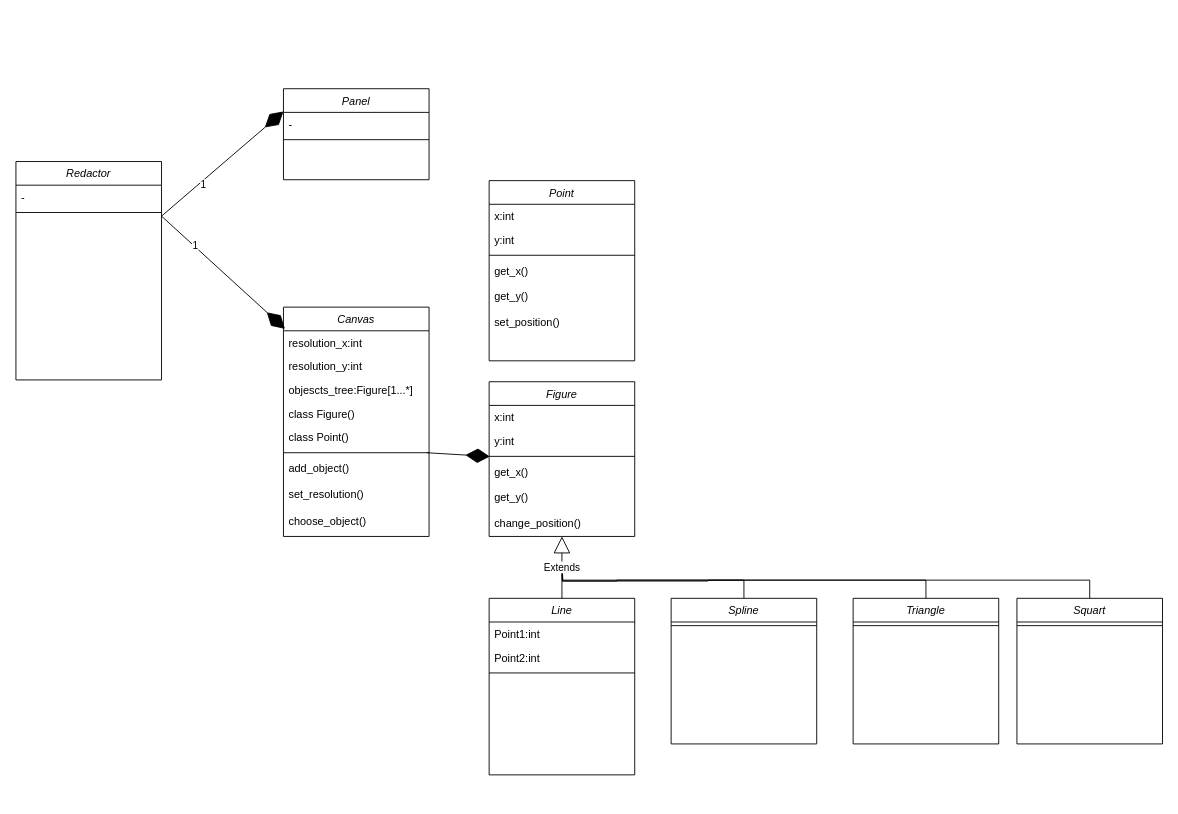
Before: Диаграмма классов.drawio in MstislavRomanovski/ProgramIngeneering, a draw.io diagram. Source tidied: cells renumbered, new cells numbered last; positions are measured from the earlier drawing's top-left corner, leaving out a move shared by most shapes. Both pictures are drawn from the tidied source at 91%, with x=0, y=0 at pixel (15, 88).
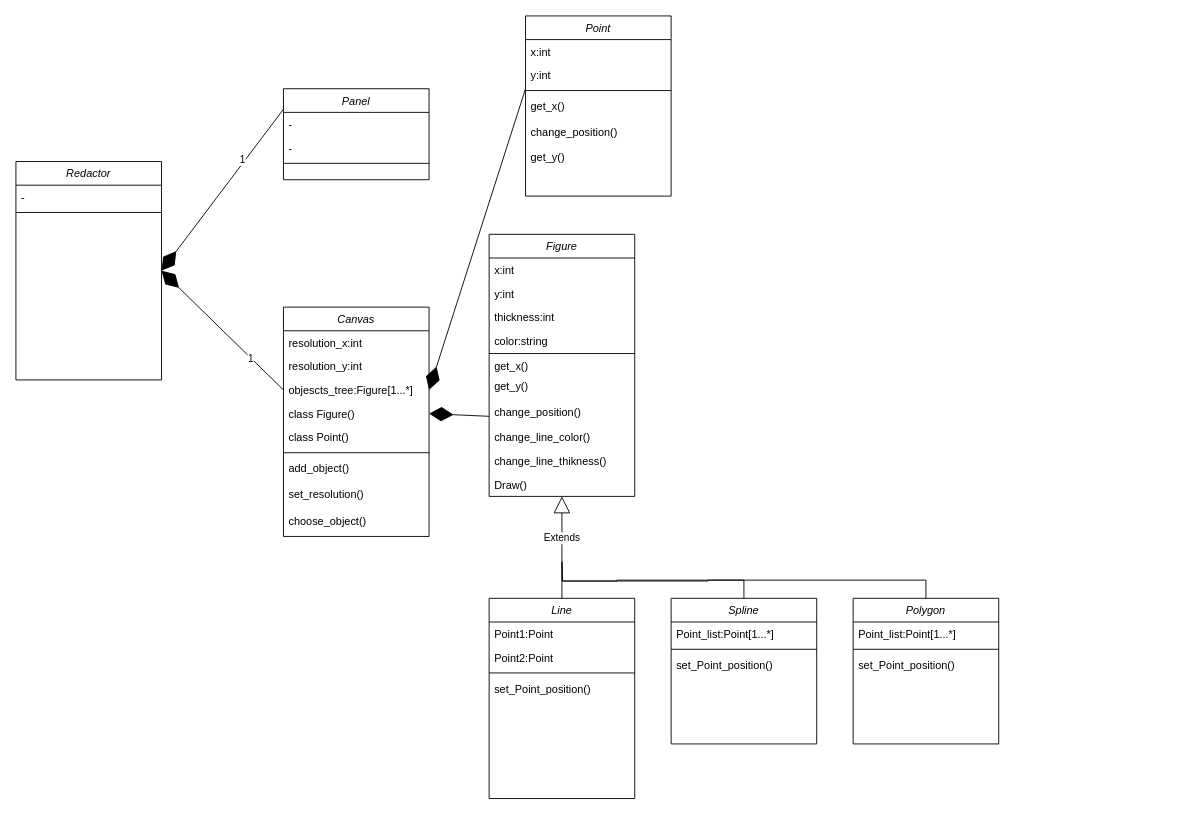
After the change.

Unchanged cells that the change refers to:
```xml
<mxCell id="3" value="resolution_x:int" style="text;align=left;verticalAlign=top;spacingLeft=4;spacingRight=4;overflow=hidden;points=[[0,0.5],[1,0.5]];portConstraint=eastwest;" parent="2" vertex="1">
  <mxGeometry y="26" width="160" height="26" as="geometry" />
</mxCell>
<mxCell id="5" value="objescts_tree:Figure[1...*]" style="text;align=left;verticalAlign=top;spacingLeft=4;spacingRight=4;overflow=hidden;points=[[0,0.5],[1,0.5]];portConstraint=eastwest;rounded=0;shadow=0;html=0;" parent="2" vertex="1">
  <mxGeometry y="78" width="160" height="26" as="geometry" />
</mxCell>
<mxCell id="6" value="class Figure()" style="text;align=left;verticalAlign=top;spacingLeft=4;spacingRight=4;overflow=hidden;points=[[0,0.5],[1,0.5]];portConstraint=eastwest;rounded=0;shadow=0;html=0;" parent="2" vertex="1">
  <mxGeometry y="104" width="160" height="26" as="geometry" />
</mxCell>
<mxCell id="8" style="line;html=1;strokeWidth=1;align=left;verticalAlign=middle;spacingTop=-1;spacingLeft=3;spacingRight=3;labelPosition=right;points=[];portConstraint=eastwest;" parent="2" vertex="1">
  <mxGeometry y="156" width="160" height="8" as="geometry" />
</mxCell>
<mxCell id="19" value="Panel" style="swimlane;fontStyle=2;align=center;verticalAlign=top;horizontal=1;startSize=26;rounded=0;shadow=0;strokeWidth=1;" parent="1" vertex="1">
  <mxGeometry x="294" width="160" height="100" as="geometry" />
</mxCell>
<mxCell id="22" value="Redactor" style="swimlane;fontStyle=2;align=center;verticalAlign=top;horizontal=1;startSize=26;rounded=0;shadow=0;strokeWidth=1;" parent="1" vertex="1">
  <mxGeometry y="80" width="160" height="240" as="geometry" />
</mxCell>
<mxCell id="32" value="y:int" style="text;align=left;verticalAlign=top;spacingLeft=4;spacingRight=4;overflow=hidden;points=[[0,0.5],[1,0.5]];portConstraint=eastwest;rounded=0;shadow=0;html=0;" parent="30" vertex="1">
  <mxGeometry y="52" width="160" height="26" as="geometry" />
</mxCell>
<mxCell id="42" value="Spline" style="swimlane;fontStyle=2;align=center;verticalAlign=top;horizontal=1;startSize=26;rounded=0;shadow=0;strokeWidth=1;" parent="1" vertex="1">
  <mxGeometry x="720" y="560" width="160" height="160" as="geometry" />
</mxCell>
```

Diff of the diagram source:
```diff
@@
     <mxCell id="12" value="Figure" style="swimlane;fontStyle=2;align=center;verticalAlign=top;horizontal=1;startSize=26;rounded=0;shadow=0;strokeWidth=1;" parent="1" vertex="1">
-      <mxGeometry x="520" y="322" width="160" height="170" as="geometry" />
+      <mxGeometry x="520" y="160" width="160" height="288" as="geometry" />
     </mxCell>
@@
+    <mxCell id="51" value="thickness:int" style="text;align=left;verticalAlign=top;spacingLeft=4;spacingRight=4;overflow=hidden;rounded=0;shadow=0;html=0;" parent="12" vertex="1">
+      <mxGeometry y="78" width="160" height="26" as="geometry" />
+    </mxCell>
+    <mxCell id="52" value="color:string" style="text;align=left;verticalAlign=top;spacingLeft=4;spacingRight=4;overflow=hidden;rounded=0;shadow=0;html=0;" parent="12" vertex="1">
+      <mxGeometry y="104" width="160" height="26" as="geometry" />
+    </mxCell>
     <mxCell id="15" style="line;html=1;strokeWidth=1;align=left;verticalAlign=middle;spacingTop=-1;spacingLeft=3;spacingRight=3;labelPosition=right;" parent="12" vertex="1">
-      <mxGeometry y="78" width="160" height="8" as="geometry" />
+      <mxGeometry y="130" width="160" height="2" as="geometry" />
     </mxCell>
     <mxCell id="16" value="get_x()&#10;" style="text;align=left;verticalAlign=top;spacingLeft=4;spacingRight=4;overflow=hidden;points=[[0,0.5],[1,0.5]];portConstraint=eastwest;" parent="12" vertex="1">
-      <mxGeometry y="86" width="160" height="28" as="geometry" />
+      <mxGeometry y="132" width="160" height="22" as="geometry" />
     </mxCell>
     <mxCell id="17" value="get_y()&#10;" style="text;align=left;verticalAlign=top;spacingLeft=4;spacingRight=4;overflow=hidden;" parent="12" vertex="1">
-      <mxGeometry y="114" width="160" height="28" as="geometry" />
+      <mxGeometry y="154" width="160" height="28" as="geometry" />
     </mxCell>
     <mxCell id="18" value="change_position()&#10;" style="text;align=left;verticalAlign=top;spacingLeft=4;spacingRight=4;overflow=hidden;" parent="12" vertex="1">
-      <mxGeometry y="142" width="160" height="28" as="geometry" />
+      <mxGeometry y="182" width="160" height="28" as="geometry" />
     </mxCell>
+    <mxCell id="53" value="change_line_color()" style="text;align=left;verticalAlign=top;spacingLeft=4;spacingRight=4;overflow=hidden;rounded=0;shadow=0;html=0;" parent="12" vertex="1">
+      <mxGeometry y="210" width="160" height="26" as="geometry" />
+    </mxCell>
+    <mxCell id="54" value="change_line_thikness()" style="text;align=left;verticalAlign=top;spacingLeft=4;spacingRight=4;overflow=hidden;rounded=0;shadow=0;html=0;" parent="12" vertex="1">
+      <mxGeometry y="236" width="160" height="26" as="geometry" />
+    </mxCell>
+    <mxCell id="55" value="Draw()" style="text;align=left;verticalAlign=top;spacingLeft=4;spacingRight=4;overflow=hidden;rounded=0;shadow=0;html=0;" parent="12" vertex="1">
+      <mxGeometry y="262" width="160" height="26" as="geometry" />
+    </mxCell>
@@
+    <mxCell id="56" value="-" style="text;align=left;verticalAlign=top;spacingLeft=4;spacingRight=4;overflow=hidden;points=[[0,0.5],[1,0.5]];portConstraint=eastwest;" parent="19" vertex="1">
+      <mxGeometry y="26" width="160" height="26" as="geometry" />
+    </mxCell>
     <mxCell id="20" value="-" style="text;align=left;verticalAlign=top;spacingLeft=4;spacingRight=4;overflow=hidden;" parent="19" vertex="1">
-      <mxGeometry y="26" width="160" height="26" as="geometry" />
+      <mxGeometry y="52" width="160" height="26" as="geometry" />
     </mxCell>
     <mxCell id="21" style="line;html=1;strokeWidth=1;align=left;verticalAlign=middle;spacingTop=-1;spacingLeft=3;spacingRight=3;labelPosition=right;" parent="19" vertex="1">
-      <mxGeometry y="52" width="160" height="8" as="geometry" />
+      <mxGeometry y="78" width="160" height="8" as="geometry" />
     </mxCell>
@@
-    <mxCell id="25" style="endArrow=diamondThin;endFill=1;endSize=24;html=1;rounded=0;exitX=1;exitY=0.25;exitDx=0;exitDy=0;entryX=0;entryY=0.25;entryDx=0;entryDy=0;" parent="1" edge="1" source="22" target="19">
-      <mxGeometry relative="1" as="geometry" />
-    </mxCell>
-    <mxCell id="26" value="1" style="edgeLabel;html=1;align=center;verticalAlign=middle;" parent="25" vertex="1">
-      <mxGeometry x="-0.35" y="-3" relative="1" as="geometry" />
-    </mxCell>
-    <mxCell id="27" style="endArrow=diamondThin;endFill=1;endSize=24;html=1;rounded=0;exitX=1;exitY=0.25;exitDx=0;exitDy=0;entryX=0.01;entryY=-0.083;entryDx=0;entryDy=0;entryPerimeter=0;" parent="1" edge="1" source="22" target="3">
+    <mxCell id="27" style="endArrow=diamondThin;endFill=1;endSize=24;html=1;rounded=0;exitX=0;exitY=0.5;exitDx=0;exitDy=0;entryX=1;entryY=0.5;entryDx=0;entryDy=0;" parent="1" edge="1" source="5" target="22">
       <mxGeometry relative="1" as="geometry" />
     </mxCell>
@@
-    <mxCell id="29" style="endArrow=diamondThin;endFill=1;endSize=24;html=1;rounded=0;exitX=0.984;exitY=0.5;exitDx=0;exitDy=0;entryX=0.005;entryY=-0.137;entryDx=0;entryDy=0;entryPerimeter=0;exitPerimeter=0;" parent="1" edge="1" source="8" target="16">
-      <mxGeometry relative="1" as="geometry" />
+    <mxCell id="29" style="endArrow=diamondThin;endFill=1;endSize=24;html=1;rounded=0;entryX=1;entryY=0.5;entryDx=0;entryDy=0;" parent="1" edge="1" target="6">
+      <mxGeometry relative="1" as="geometry">
+        <mxPoint x="520" y="360" as="sourcePoint" />
+      </mxGeometry>
     </mxCell>
     <mxCell id="30" value="Point" style="swimlane;fontStyle=2;align=center;verticalAlign=top;horizontal=1;startSize=26;rounded=0;shadow=0;strokeWidth=1;" parent="1" vertex="1">
-      <mxGeometry x="520" y="101" width="160" height="198" as="geometry" />
+      <mxGeometry x="560" y="-80" width="160" height="198" as="geometry" />
     </mxCell>
@@
+    <mxCell id="57" value="change_position()&#10;" style="text;align=left;verticalAlign=top;spacingLeft=4;spacingRight=4;overflow=hidden;" parent="30" vertex="1">
+      <mxGeometry y="114" width="160" height="28" as="geometry" />
+    </mxCell>
     <mxCell id="35" value="get_y()&#10;" style="text;align=left;verticalAlign=top;spacingLeft=4;spacingRight=4;overflow=hidden;" parent="30" vertex="1">
-      <mxGeometry y="114" width="160" height="28" as="geometry" />
+      <mxGeometry y="142" width="160" height="28" as="geometry" />
     </mxCell>
-    <mxCell id="36" value="set_position()&#10;" style="text;align=left;verticalAlign=top;spacingLeft=4;spacingRight=4;overflow=hidden;" parent="30" vertex="1">
-      <mxGeometry y="142" width="160" height="28" as="geometry" />
-    </mxCell>
     <mxCell id="37" value="Line" style="swimlane;fontStyle=2;align=center;verticalAlign=top;horizontal=1;startSize=26;rounded=0;shadow=0;strokeWidth=1;" parent="1" vertex="1">
-      <mxGeometry x="520" y="560" width="160" height="194" as="geometry" />
+      <mxGeometry x="520" y="560" width="160" height="220" as="geometry" />
     </mxCell>
-    <mxCell id="38" value="Point1:int&#10;" style="text;align=left;verticalAlign=top;spacingLeft=4;spacingRight=4;overflow=hidden;rounded=0;shadow=0;html=0;" parent="37" vertex="1">
+    <mxCell id="38" value="Point1:Point&#10;" style="text;align=left;verticalAlign=top;spacingLeft=4;spacingRight=4;overflow=hidden;rounded=0;shadow=0;html=0;" parent="37" vertex="1">
       <mxGeometry y="26" width="160" height="26" as="geometry" />
     </mxCell>
-    <mxCell id="39" value="Point2:int&#10;" style="text;align=left;verticalAlign=top;spacingLeft=4;spacingRight=4;overflow=hidden;rounded=0;shadow=0;html=0;" parent="37" vertex="1">
+    <mxCell id="39" value="Point2:Point&#10;" style="text;align=left;verticalAlign=top;spacingLeft=4;spacingRight=4;overflow=hidden;rounded=0;shadow=0;html=0;" parent="37" vertex="1">
       <mxGeometry y="52" width="160" height="26" as="geometry" />
     </mxCell>
@@
+    <mxCell id="58" value="set_Point_position()" style="text;align=left;verticalAlign=top;spacingLeft=4;spacingRight=4;overflow=hidden;rounded=0;shadow=0;html=0;" parent="37" vertex="1">
+      <mxGeometry y="86" width="160" height="26" as="geometry" />
+    </mxCell>
@@
+    <mxCell id="59" value="Point_list:Point[1...*]" style="text;align=left;verticalAlign=top;spacingLeft=4;spacingRight=4;overflow=hidden;rounded=0;shadow=0;html=0;" parent="42" vertex="1">
+      <mxGeometry y="26" width="160" height="26" as="geometry" />
+    </mxCell>
     <mxCell id="43" style="line;html=1;strokeWidth=1;align=left;verticalAlign=middle;spacingTop=-1;spacingLeft=3;spacingRight=3;labelPosition=right;" parent="42" vertex="1">
-      <mxGeometry y="26" width="160" height="8" as="geometry" />
+      <mxGeometry y="52" width="160" height="8" as="geometry" />
     </mxCell>
-    <mxCell id="44" style="edgeStyle=orthogonalEdgeStyle;rounded=0;jettySize=auto;html=1;exitX=0.5;exitY=0;exitDx=0;exitDy=0;startArrow=none;startFill=0;" parent="1" edge="1" source="45">
-      <mxGeometry relative="1" as="geometry">
-        <mxPoint x="600" y="520" as="targetPoint" />
-      </mxGeometry>
-    </mxCell>
+    <mxCell id="60" value="set_Point_position()" style="text;align=left;verticalAlign=top;spacingLeft=4;spacingRight=4;overflow=hidden;rounded=0;shadow=0;html=0;" parent="42" vertex="1">
+      <mxGeometry y="60" width="160" height="26" as="geometry" />
+    </mxCell>
+    <mxCell id="61" style="edgeStyle=orthogonalEdgeStyle;rounded=0;jettySize=auto;html=1;exitX=0.5;exitY=0;exitDx=0;exitDy=0;startArrow=none;startFill=0;endArrow=none;endFill=0;" parent="1" edge="1" source="45">
+      <mxGeometry relative="1" as="geometry">
+        <mxPoint x="600" y="520" as="targetPoint" />
+      </mxGeometry>
+    </mxCell>
-    <mxCell id="45" value="Triangle" style="swimlane;fontStyle=2;align=center;verticalAlign=top;horizontal=1;startSize=26;rounded=0;shadow=0;strokeWidth=1;" parent="1" vertex="1">
+    <mxCell id="45" value="Polygon" style="swimlane;fontStyle=2;align=center;verticalAlign=top;horizontal=1;startSize=26;rounded=0;shadow=0;strokeWidth=1;" parent="1" vertex="1">
       <mxGeometry x="920" y="560" width="160" height="160" as="geometry" />
     </mxCell>
+    <mxCell id="62" value="Point_list:Point[1...*]" style="text;align=left;verticalAlign=top;spacingLeft=4;spacingRight=4;overflow=hidden;rounded=0;shadow=0;html=0;" parent="45" vertex="1">
+      <mxGeometry y="26" width="160" height="26" as="geometry" />
+    </mxCell>
     <mxCell id="46" style="line;html=1;strokeWidth=1;align=left;verticalAlign=middle;spacingTop=-1;spacingLeft=3;spacingRight=3;labelPosition=right;" parent="45" vertex="1">
-      <mxGeometry y="26" width="160" height="8" as="geometry" />
+      <mxGeometry y="52" width="160" height="8" as="geometry" />
     </mxCell>
-    <mxCell id="47" style="edgeStyle=orthogonalEdgeStyle;rounded=0;jettySize=auto;html=1;exitX=0.5;exitY=0;exitDx=0;exitDy=0;startArrow=none;startFill=0;" parent="1" edge="1" source="48">
-      <mxGeometry relative="1" as="geometry">
-        <mxPoint x="600" y="520" as="targetPoint" />
-        <Array as="points">
-          <mxPoint x="1180" y="540" />
-          <mxPoint x="601" y="540" />
-          <mxPoint x="601" y="520" />
-        </Array>
-      </mxGeometry>
-    </mxCell>
-    <mxCell id="48" value="Squart" style="swimlane;fontStyle=2;align=center;verticalAlign=top;horizontal=1;startSize=26;rounded=0;shadow=0;strokeWidth=1;" parent="1" vertex="1">
-      <mxGeometry x="1100" y="560" width="160" height="160" as="geometry" />
-    </mxCell>
-    <mxCell id="49" style="line;html=1;strokeWidth=1;align=left;verticalAlign=middle;spacingTop=-1;spacingLeft=3;spacingRight=3;labelPosition=right;" parent="48" vertex="1">
-      <mxGeometry y="26" width="160" height="8" as="geometry" />
-    </mxCell>
+    <mxCell id="63" value="set_Point_position()" style="text;align=left;verticalAlign=top;spacingLeft=4;spacingRight=4;overflow=hidden;rounded=0;shadow=0;html=0;" parent="45" vertex="1">
+      <mxGeometry y="60" width="160" height="26" as="geometry" />
+    </mxCell>
     <mxCell id="50" value="Extends" style="endArrow=block;endSize=16;endFill=0;html=1;rounded=0;exitX=0.5;exitY=0;exitDx=0;exitDy=0;entryX=0.5;entryY=1;entryDx=0;entryDy=0;" parent="1" edge="1" source="37" target="12">
-      <mxGeometry relative="1" as="geometry" />
+      <mxGeometry x="0.18" relative="1" as="geometry" />
     </mxCell>
+    <mxCell id="25" style="endArrow=diamondThin;endFill=1;endSize=24;html=1;rounded=0;exitX=0.002;exitY=-0.148;exitDx=0;exitDy=0;entryX=1;entryY=0.5;entryDx=0;entryDy=0;exitPerimeter=0;" parent="1" edge="1" source="56" target="22">
+      <mxGeometry relative="1" as="geometry" />
+    </mxCell>
+    <mxCell id="26" value="1" style="edgeLabel;html=1;align=center;verticalAlign=middle;" parent="25" vertex="1">
+      <mxGeometry x="-0.35" y="-3" relative="1" as="geometry" />
+    </mxCell>
+    <mxCell id="64" style="endArrow=diamondThin;endFill=1;endSize=24;html=1;rounded=0;entryX=1;entryY=0.5;entryDx=0;entryDy=0;exitX=0;exitY=1.077;exitDx=0;exitDy=0;exitPerimeter=0;" parent="1" edge="1" source="32" target="5">
+      <mxGeometry relative="1" as="geometry" />
+    </mxCell>
```
